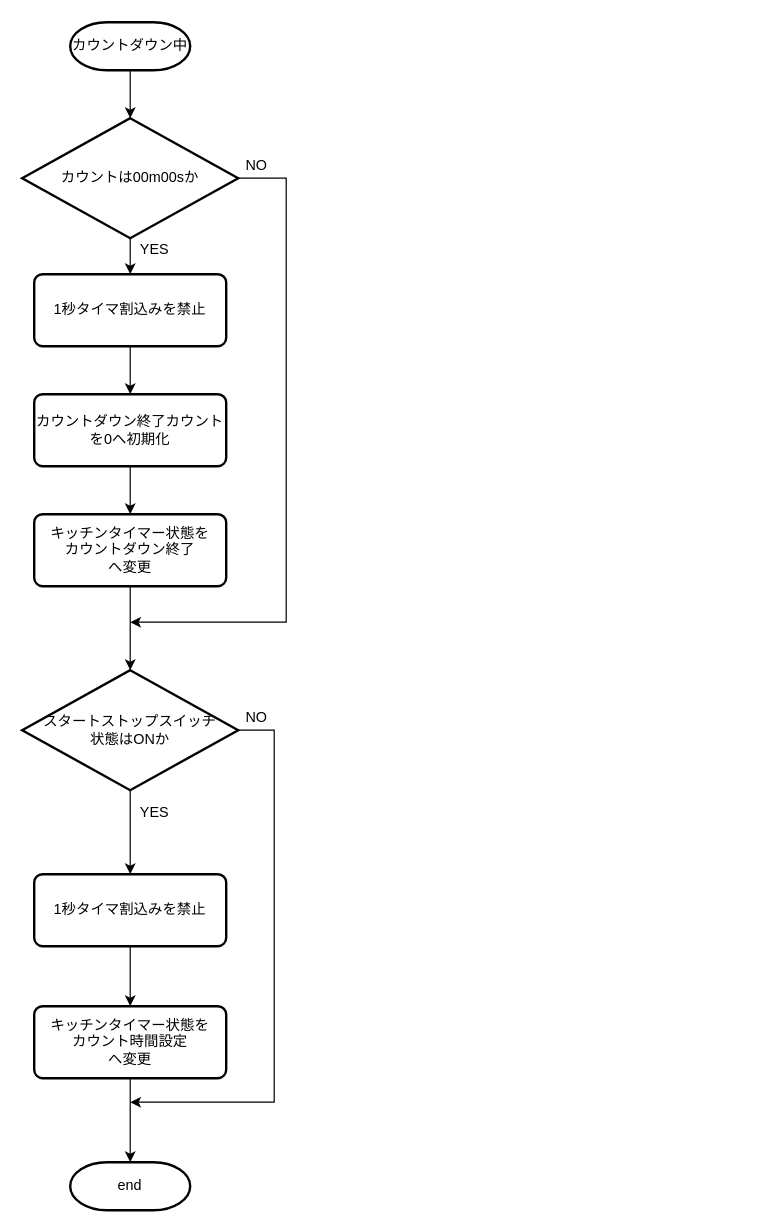
hakohumi/comp.Kitchen_Timer keeps this draw.io diagram as page "カウントダウン中" (3 of 6) of 資料/設計/フローチャート/CountClass/flowchart_CountClass_v0.4.drawio. Above is the earlier version. Source tidied: cells renumbered, new cells numbered last; positions are measured from the earlier drawing's top-left corner, leaving out a move shared by most shapes. Both pictures are drawn from the tidied source at 120%, with x=0, y=0 at pixel (22, 22).
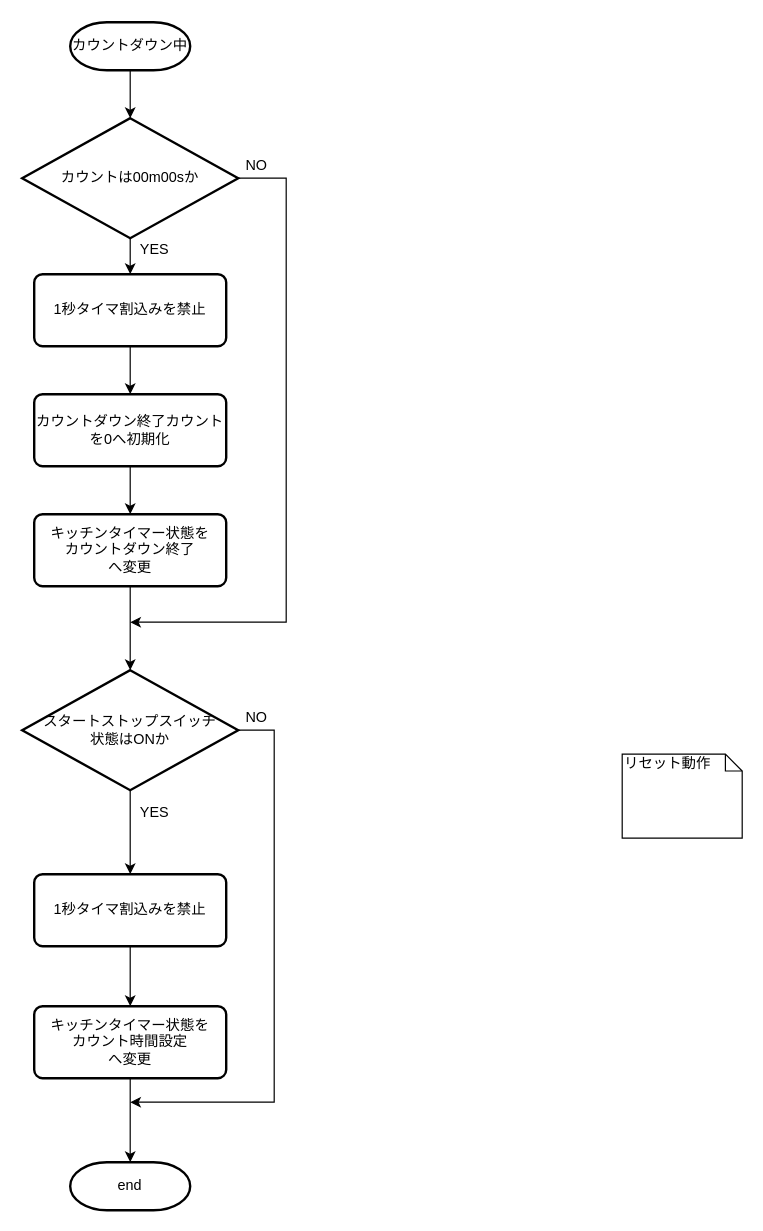
After the change.

What changed in the source:
```diff
@@
+    <mxCell id="25" value="リセット動作" style="shape=note;whiteSpace=wrap;html=1;size=14;verticalAlign=top;align=left;spacingTop=-6;" parent="1" vertex="1">
+      <mxGeometry x="500" y="610" width="100" height="70" as="geometry" />
+    </mxCell>
```
